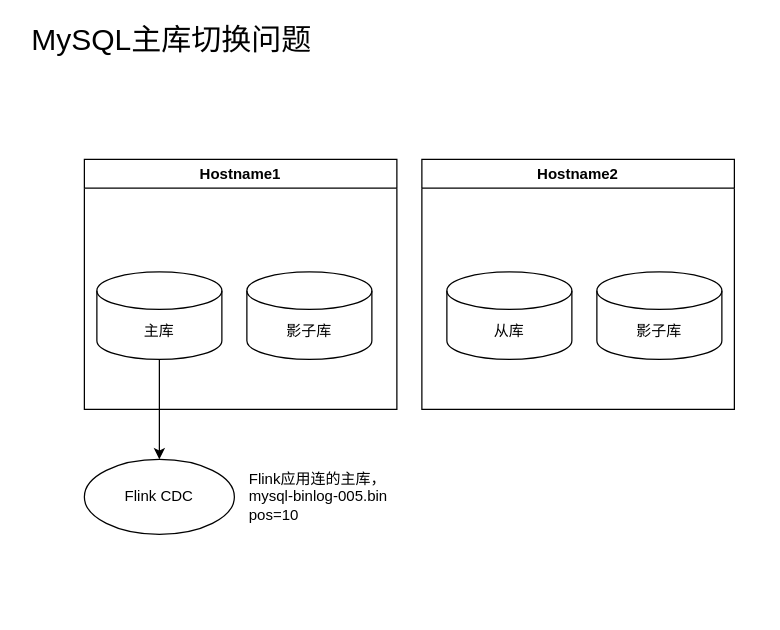
This is RDS主节点切换.drawio from JonStarkdu/drawio, a draw.io file, before an edit. Source tidied: cells renumbered, new cells numbered last; positions are measured from the earlier drawing's top-left corner, leaving out a move shared by most shapes. Both pictures are drawn from the tidied source at 125%, with x=0, y=0 at pixel (21, 21).
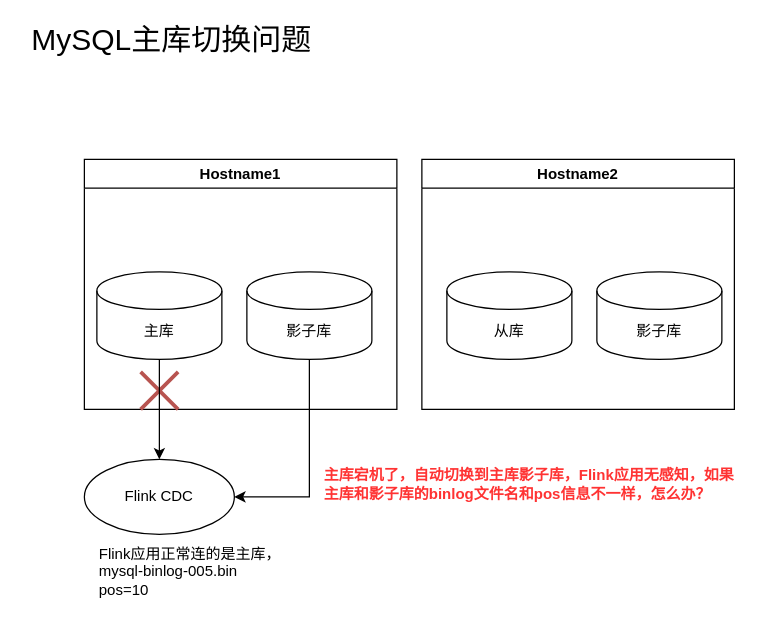
After the change.

Commit message:
完善图信息

The edit, as a diff of the source:
```diff
@@
 <mxGraphModel>
   <root>
     <mxCell id="0" />
     <mxCell id="1" parent="0" />
     <mxCell id="2" value="&lt;font style=&quot;font-size: 24px;&quot;&gt;MySQL主库切换问题&lt;/font&gt;" style="text;html=1;strokeColor=none;fillColor=none;align=center;verticalAlign=middle;whiteSpace=wrap;rounded=0;" parent="1" vertex="1">
       <mxGeometry width="240" height="30" as="geometry" />
     </mxCell>
     <mxCell id="3" style="edgeStyle=orthogonalEdgeStyle;rounded=0;jettySize=auto;html=1;exitX=0.5;exitY=1;exitDx=0;exitDy=0;exitPerimeter=0;" parent="1" edge="1" source="11">
       <mxGeometry relative="1" as="geometry">
         <mxPoint x="110" y="390" as="targetPoint" />
       </mxGeometry>
     </mxCell>
     <mxCell id="4" value="主库" style="shape=cylinder3;whiteSpace=wrap;html=1;boundedLbl=1;backgroundOutline=1;size=15;" parent="1" vertex="1">
       <mxGeometry x="60" y="200" width="100" height="70" as="geometry" />
     </mxCell>
+    <mxCell id="13" style="edgeStyle=orthogonalEdgeStyle;rounded=0;jettySize=auto;html=1;exitX=0.5;exitY=1;exitDx=0;exitDy=0;exitPerimeter=0;entryX=1;entryY=0.5;entryDx=0;entryDy=0;" parent="1" edge="1" source="5" target="11">
+      <mxGeometry relative="1" as="geometry" />
+    </mxCell>
     <mxCell id="5" value="影子库" style="shape=cylinder3;whiteSpace=wrap;html=1;boundedLbl=1;backgroundOutline=1;size=15;" parent="1" vertex="1">
       <mxGeometry x="180" y="200" width="100" height="70" as="geometry" />
     </mxCell>
     <mxCell id="6" value="从库" style="shape=cylinder3;whiteSpace=wrap;html=1;boundedLbl=1;backgroundOutline=1;size=15;" parent="1" vertex="1">
       <mxGeometry x="340" y="200" width="100" height="70" as="geometry" />
     </mxCell>
     <mxCell id="7" value="影子库" style="shape=cylinder3;whiteSpace=wrap;html=1;boundedLbl=1;backgroundOutline=1;size=15;" parent="1" vertex="1">
       <mxGeometry x="460" y="200" width="100" height="70" as="geometry" />
     </mxCell>
     <mxCell id="8" value="Hostname1" style="swimlane;whiteSpace=wrap;html=1;" parent="1" vertex="1">
       <mxGeometry x="50" y="110" width="250" height="200" as="geometry" />
     </mxCell>
+    <mxCell id="14" style="shape=umlDestroy;whiteSpace=wrap;html=1;strokeWidth=3;targetShapes=umlLifeline;fillColor=#f8cecc;strokeColor=#b85450;gradientColor=#ea6b66;" parent="8" vertex="1">
+      <mxGeometry x="45" y="170" width="30" height="30" as="geometry" />
+    </mxCell>
     <mxCell id="9" value="Hostname2" style="swimlane;whiteSpace=wrap;html=1;" parent="1" vertex="1">
       <mxGeometry x="320" y="110" width="250" height="200" as="geometry" />
     </mxCell>
     <mxCell id="10" style="edgeStyle=orthogonalEdgeStyle;rounded=0;jettySize=auto;html=1;exitX=0.5;exitY=1;exitDx=0;exitDy=0;exitPerimeter=0;" parent="1" edge="1" source="4" target="11">
       <mxGeometry relative="1" as="geometry" />
     </mxCell>
     <mxCell id="11" value="Flink CDC" style="ellipse;whiteSpace=wrap;html=1;" parent="1" vertex="1">
       <mxGeometry x="50" y="350" width="120" height="60" as="geometry" />
     </mxCell>
-    <mxCell id="12" value="Flink应用连的主库，&lt;br&gt;mysql-binlog-005.bin &lt;br&gt;pos=10" style="text;html=1;align=left;verticalAlign=middle;strokeColor=none;fillColor=none;" parent="1" vertex="1">
-      <mxGeometry x="180" y="350" width="130" height="60" as="geometry" />
+    <mxCell id="12" value="Flink应用正常连的是主库，&lt;br&gt;mysql-binlog-005.bin &lt;br&gt;pos=10" style="text;html=1;align=left;verticalAlign=middle;strokeColor=none;fillColor=none;" parent="1" vertex="1">
+      <mxGeometry x="60" y="410" width="170" height="60" as="geometry" />
     </mxCell>
+    <mxCell id="15" value="&lt;b&gt;&lt;font color=&quot;#ff3333&quot;&gt;主库宕机了，自动切换到主库影子库，Flink应用无感知，如果&lt;br&gt;主库和影子库的binlog文件名和pos信息不一样，怎么办？&lt;/font&gt;&lt;/b&gt;" style="text;html=1;align=left;verticalAlign=middle;strokeColor=none;fillColor=none;" parent="1" vertex="1">
+      <mxGeometry x="240" y="350" width="350" height="40" as="geometry" />
+    </mxCell>
   </root>
 </mxGraphModel>
```
